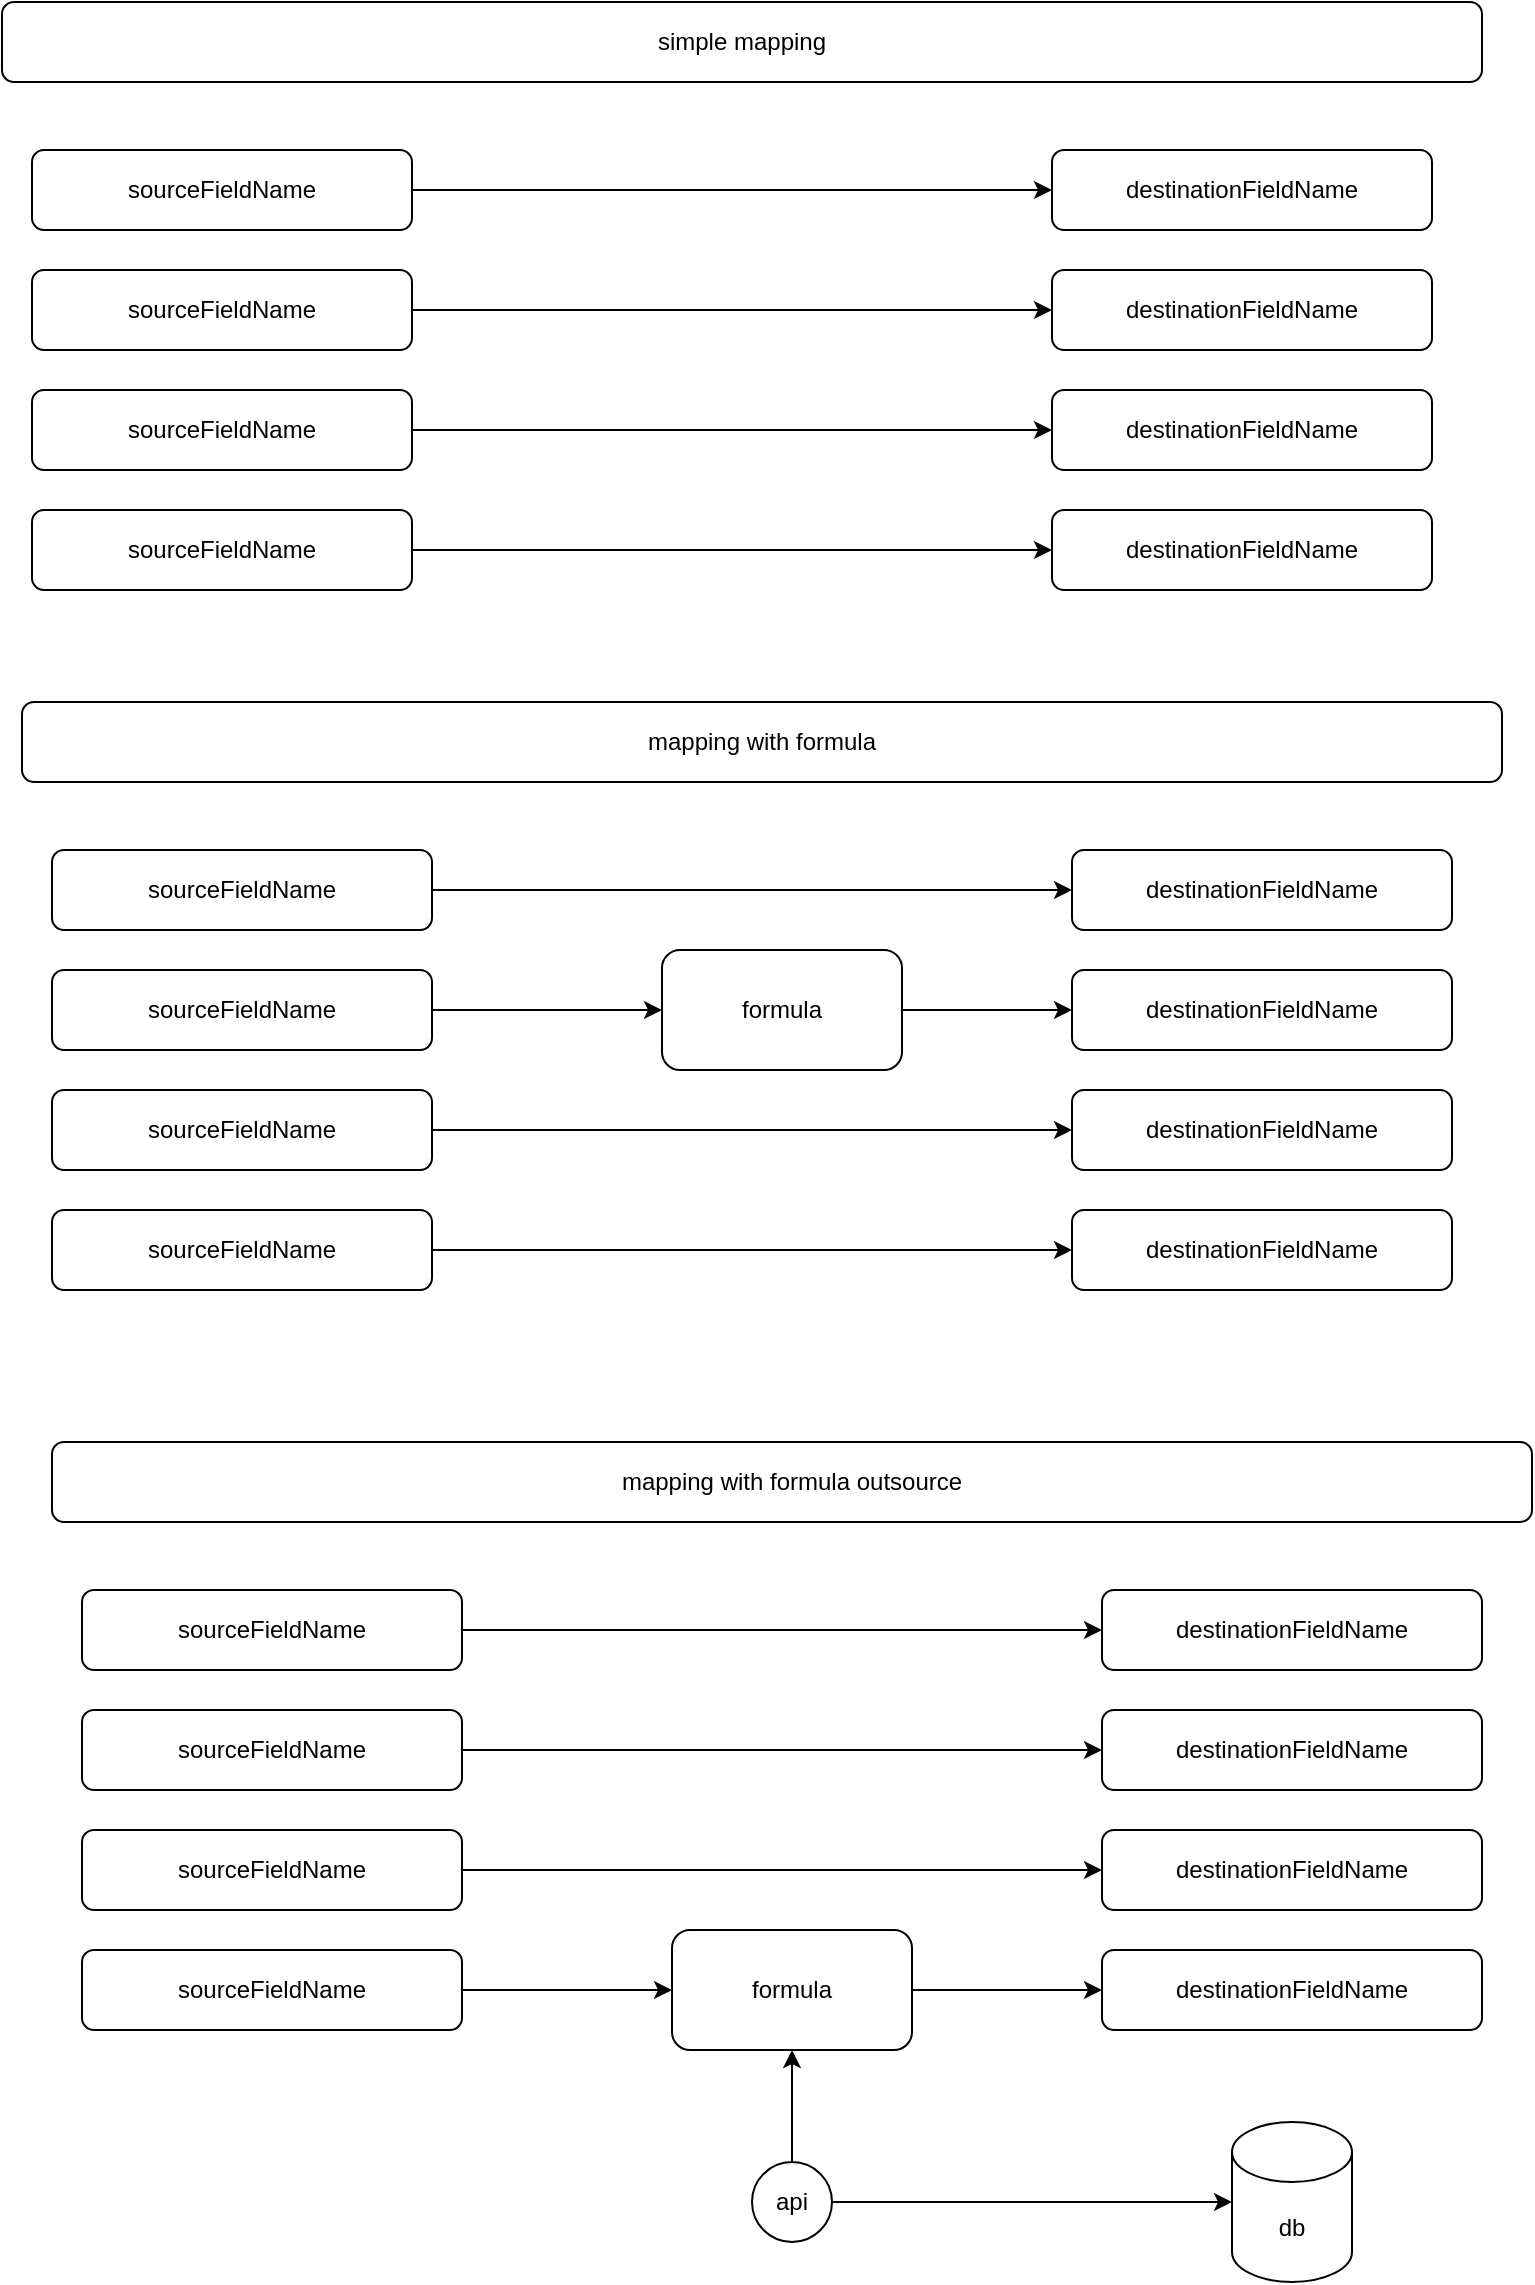
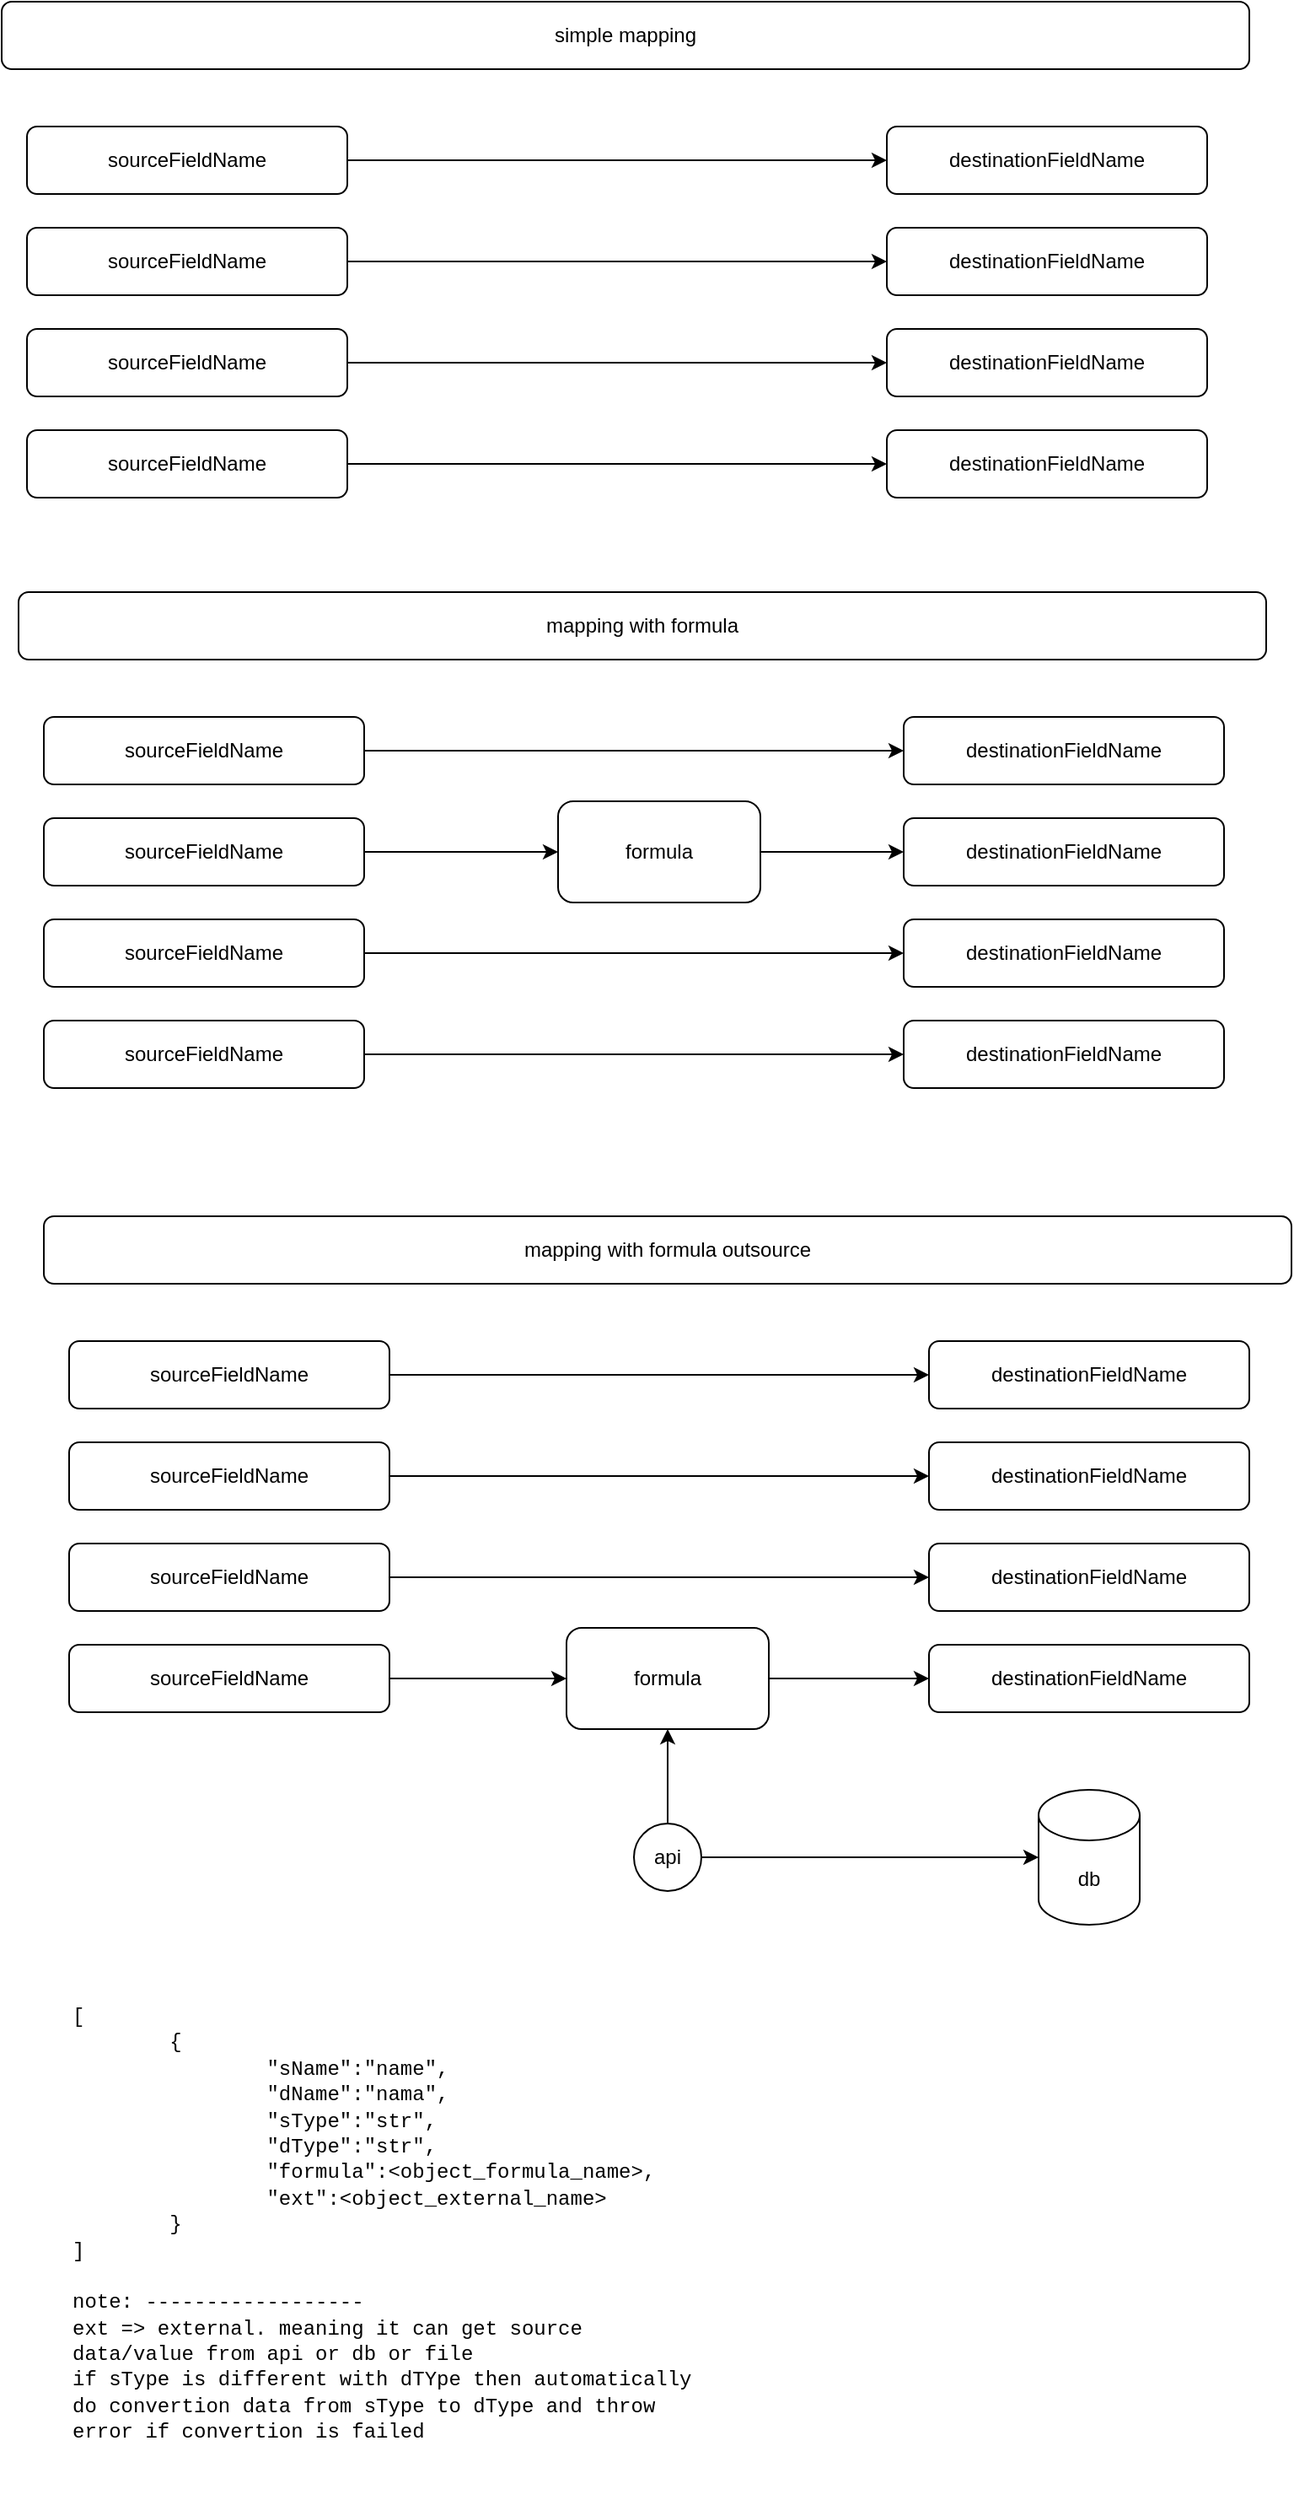
<mxfile host="app.diagrams.net">
  <diagram name="Page-1" id="w0qSyX79uqXvIxm3ApQV">
    <mxGraphModel dx="1030" dy="623" grid="1" gridSize="10" guides="1" tooltips="1" connect="1" arrows="1" fold="1" page="1" pageScale="1" pageWidth="850" pageHeight="1100" math="0" shadow="0">
      <root>
        <mxCell id="0" />
        <mxCell id="1" parent="0" />
        <mxCell id="C5vNhbu8yeIDAcz09rIj-13" parent="1" style="rounded=1;whiteSpace=wrap;html=1;" value="simple mapping" vertex="1">
          <mxGeometry height="40" width="740" x="60" y="30" as="geometry" />
        </mxCell>
        <mxCell id="C5vNhbu8yeIDAcz09rIj-9" edge="1" parent="1" source="C5vNhbu8yeIDAcz09rIj-1" style="edgeStyle=orthogonalEdgeStyle;rounded=0;orthogonalLoop=1;jettySize=auto;html=1;entryX=0;entryY=0.5;entryDx=0;entryDy=0;" target="C5vNhbu8yeIDAcz09rIj-5">
          <mxGeometry relative="1" as="geometry" />
        </mxCell>
        <mxCell id="C5vNhbu8yeIDAcz09rIj-1" parent="1" style="rounded=1;whiteSpace=wrap;html=1;" value="sourceFieldName" vertex="1">
          <mxGeometry height="40" width="190" x="75" y="104" as="geometry" />
        </mxCell>
        <mxCell id="C5vNhbu8yeIDAcz09rIj-10" edge="1" parent="1" source="C5vNhbu8yeIDAcz09rIj-2" style="edgeStyle=orthogonalEdgeStyle;rounded=0;orthogonalLoop=1;jettySize=auto;html=1;entryX=0;entryY=0.5;entryDx=0;entryDy=0;" target="C5vNhbu8yeIDAcz09rIj-6">
          <mxGeometry relative="1" as="geometry" />
        </mxCell>
        <mxCell id="C5vNhbu8yeIDAcz09rIj-2" parent="1" style="rounded=1;whiteSpace=wrap;html=1;" value="sourceFieldName" vertex="1">
          <mxGeometry height="40" width="190" x="75" y="164" as="geometry" />
        </mxCell>
        <mxCell id="C5vNhbu8yeIDAcz09rIj-11" edge="1" parent="1" source="C5vNhbu8yeIDAcz09rIj-3" style="edgeStyle=orthogonalEdgeStyle;rounded=0;orthogonalLoop=1;jettySize=auto;html=1;entryX=0;entryY=0.5;entryDx=0;entryDy=0;" target="C5vNhbu8yeIDAcz09rIj-7">
          <mxGeometry relative="1" as="geometry" />
        </mxCell>
        <mxCell id="C5vNhbu8yeIDAcz09rIj-3" parent="1" style="rounded=1;whiteSpace=wrap;html=1;" value="sourceFieldName" vertex="1">
          <mxGeometry height="40" width="190" x="75" y="224" as="geometry" />
        </mxCell>
        <mxCell id="C5vNhbu8yeIDAcz09rIj-12" edge="1" parent="1" source="C5vNhbu8yeIDAcz09rIj-4" style="edgeStyle=orthogonalEdgeStyle;rounded=0;orthogonalLoop=1;jettySize=auto;html=1;entryX=0;entryY=0.5;entryDx=0;entryDy=0;" target="C5vNhbu8yeIDAcz09rIj-8">
          <mxGeometry relative="1" as="geometry" />
        </mxCell>
        <mxCell id="C5vNhbu8yeIDAcz09rIj-4" parent="1" style="rounded=1;whiteSpace=wrap;html=1;" value="sourceFieldName" vertex="1">
          <mxGeometry height="40" width="190" x="75" y="284" as="geometry" />
        </mxCell>
        <mxCell id="C5vNhbu8yeIDAcz09rIj-5" parent="1" style="rounded=1;whiteSpace=wrap;html=1;" value="destinationFieldName" vertex="1">
          <mxGeometry height="40" width="190" x="585" y="104" as="geometry" />
        </mxCell>
        <mxCell id="C5vNhbu8yeIDAcz09rIj-6" parent="1" style="rounded=1;whiteSpace=wrap;html=1;" value="destinationFieldName" vertex="1">
          <mxGeometry height="40" width="190" x="585" y="164" as="geometry" />
        </mxCell>
        <mxCell id="C5vNhbu8yeIDAcz09rIj-7" parent="1" style="rounded=1;whiteSpace=wrap;html=1;" value="destinationFieldName" vertex="1">
          <mxGeometry height="40" width="190" x="585" y="224" as="geometry" />
        </mxCell>
        <mxCell id="C5vNhbu8yeIDAcz09rIj-8" parent="1" style="rounded=1;whiteSpace=wrap;html=1;" value="destinationFieldName" vertex="1">
          <mxGeometry height="40" width="190" x="585" y="284" as="geometry" />
        </mxCell>
        <mxCell id="C5vNhbu8yeIDAcz09rIj-14" parent="1" style="rounded=1;whiteSpace=wrap;html=1;" value="mapping with formula" vertex="1">
          <mxGeometry height="40" width="740" x="70" y="380" as="geometry" />
        </mxCell>
        <mxCell id="C5vNhbu8yeIDAcz09rIj-15" edge="1" parent="1" source="C5vNhbu8yeIDAcz09rIj-16" style="edgeStyle=orthogonalEdgeStyle;rounded=0;orthogonalLoop=1;jettySize=auto;html=1;entryX=0;entryY=0.5;entryDx=0;entryDy=0;" target="C5vNhbu8yeIDAcz09rIj-23">
          <mxGeometry relative="1" as="geometry" />
        </mxCell>
        <mxCell id="C5vNhbu8yeIDAcz09rIj-16" parent="1" style="rounded=1;whiteSpace=wrap;html=1;" value="sourceFieldName" vertex="1">
          <mxGeometry height="40" width="190" x="85" y="454" as="geometry" />
        </mxCell>
        <mxCell id="C5vNhbu8yeIDAcz09rIj-28" edge="1" parent="1" source="C5vNhbu8yeIDAcz09rIj-18" style="edgeStyle=orthogonalEdgeStyle;rounded=0;orthogonalLoop=1;jettySize=auto;html=1;entryX=0;entryY=0.5;entryDx=0;entryDy=0;" target="C5vNhbu8yeIDAcz09rIj-27">
          <mxGeometry relative="1" as="geometry" />
        </mxCell>
        <mxCell id="C5vNhbu8yeIDAcz09rIj-18" parent="1" style="rounded=1;whiteSpace=wrap;html=1;" value="sourceFieldName" vertex="1">
          <mxGeometry height="40" width="190" x="85" y="514" as="geometry" />
        </mxCell>
        <mxCell id="C5vNhbu8yeIDAcz09rIj-19" edge="1" parent="1" source="C5vNhbu8yeIDAcz09rIj-20" style="edgeStyle=orthogonalEdgeStyle;rounded=0;orthogonalLoop=1;jettySize=auto;html=1;entryX=0;entryY=0.5;entryDx=0;entryDy=0;" target="C5vNhbu8yeIDAcz09rIj-25">
          <mxGeometry relative="1" as="geometry" />
        </mxCell>
        <mxCell id="C5vNhbu8yeIDAcz09rIj-20" parent="1" style="rounded=1;whiteSpace=wrap;html=1;" value="sourceFieldName" vertex="1">
          <mxGeometry height="40" width="190" x="85" y="574" as="geometry" />
        </mxCell>
        <mxCell id="C5vNhbu8yeIDAcz09rIj-21" edge="1" parent="1" source="C5vNhbu8yeIDAcz09rIj-22" style="edgeStyle=orthogonalEdgeStyle;rounded=0;orthogonalLoop=1;jettySize=auto;html=1;entryX=0;entryY=0.5;entryDx=0;entryDy=0;" target="C5vNhbu8yeIDAcz09rIj-26">
          <mxGeometry relative="1" as="geometry" />
        </mxCell>
        <mxCell id="C5vNhbu8yeIDAcz09rIj-22" parent="1" style="rounded=1;whiteSpace=wrap;html=1;" value="sourceFieldName" vertex="1">
          <mxGeometry height="40" width="190" x="85" y="634" as="geometry" />
        </mxCell>
        <mxCell id="C5vNhbu8yeIDAcz09rIj-23" parent="1" style="rounded=1;whiteSpace=wrap;html=1;" value="destinationFieldName" vertex="1">
          <mxGeometry height="40" width="190" x="595" y="454" as="geometry" />
        </mxCell>
        <mxCell id="C5vNhbu8yeIDAcz09rIj-24" parent="1" style="rounded=1;whiteSpace=wrap;html=1;" value="destinationFieldName" vertex="1">
          <mxGeometry height="40" width="190" x="595" y="514" as="geometry" />
        </mxCell>
        <mxCell id="C5vNhbu8yeIDAcz09rIj-25" parent="1" style="rounded=1;whiteSpace=wrap;html=1;" value="destinationFieldName" vertex="1">
          <mxGeometry height="40" width="190" x="595" y="574" as="geometry" />
        </mxCell>
        <mxCell id="C5vNhbu8yeIDAcz09rIj-26" parent="1" style="rounded=1;whiteSpace=wrap;html=1;" value="destinationFieldName" vertex="1">
          <mxGeometry height="40" width="190" x="595" y="634" as="geometry" />
        </mxCell>
        <mxCell id="C5vNhbu8yeIDAcz09rIj-29" edge="1" parent="1" source="C5vNhbu8yeIDAcz09rIj-27" style="edgeStyle=orthogonalEdgeStyle;rounded=0;orthogonalLoop=1;jettySize=auto;html=1;entryX=0;entryY=0.5;entryDx=0;entryDy=0;" target="C5vNhbu8yeIDAcz09rIj-24">
          <mxGeometry relative="1" as="geometry">
            <mxPoint x="590" y="534" as="targetPoint" />
          </mxGeometry>
        </mxCell>
        <mxCell id="C5vNhbu8yeIDAcz09rIj-27" parent="1" style="rounded=1;whiteSpace=wrap;html=1;" value="formula" vertex="1">
          <mxGeometry height="60" width="120" x="390" y="504" as="geometry" />
        </mxCell>
        <mxCell id="C5vNhbu8yeIDAcz09rIj-30" parent="1" style="rounded=1;whiteSpace=wrap;html=1;" value="mapping with formula outsource" vertex="1">
          <mxGeometry height="40" width="740" x="85" y="750" as="geometry" />
        </mxCell>
        <mxCell id="C5vNhbu8yeIDAcz09rIj-31" edge="1" parent="1" source="C5vNhbu8yeIDAcz09rIj-32" style="edgeStyle=orthogonalEdgeStyle;rounded=0;orthogonalLoop=1;jettySize=auto;html=1;entryX=0;entryY=0.5;entryDx=0;entryDy=0;" target="C5vNhbu8yeIDAcz09rIj-39">
          <mxGeometry relative="1" as="geometry" />
        </mxCell>
        <mxCell id="C5vNhbu8yeIDAcz09rIj-32" parent="1" style="rounded=1;whiteSpace=wrap;html=1;" value="sourceFieldName" vertex="1">
          <mxGeometry height="40" width="190" x="100" y="824" as="geometry" />
        </mxCell>
        <mxCell id="C5vNhbu8yeIDAcz09rIj-33" edge="1" parent="1" source="C5vNhbu8yeIDAcz09rIj-34" style="edgeStyle=orthogonalEdgeStyle;rounded=0;orthogonalLoop=1;jettySize=auto;html=1;entryX=0;entryY=0.5;entryDx=0;entryDy=0;" target="C5vNhbu8yeIDAcz09rIj-40">
          <mxGeometry relative="1" as="geometry">
            <mxPoint x="405" y="904" as="targetPoint" />
          </mxGeometry>
        </mxCell>
        <mxCell id="C5vNhbu8yeIDAcz09rIj-34" parent="1" style="rounded=1;whiteSpace=wrap;html=1;" value="sourceFieldName" vertex="1">
          <mxGeometry height="40" width="190" x="100" y="884" as="geometry" />
        </mxCell>
        <mxCell id="C5vNhbu8yeIDAcz09rIj-35" edge="1" parent="1" source="C5vNhbu8yeIDAcz09rIj-36" style="edgeStyle=orthogonalEdgeStyle;rounded=0;orthogonalLoop=1;jettySize=auto;html=1;entryX=0;entryY=0.5;entryDx=0;entryDy=0;" target="C5vNhbu8yeIDAcz09rIj-41">
          <mxGeometry relative="1" as="geometry" />
        </mxCell>
        <mxCell id="C5vNhbu8yeIDAcz09rIj-36" parent="1" style="rounded=1;whiteSpace=wrap;html=1;" value="sourceFieldName" vertex="1">
          <mxGeometry height="40" width="190" x="100" y="944" as="geometry" />
        </mxCell>
        <mxCell id="C5vNhbu8yeIDAcz09rIj-47" edge="1" parent="1" source="C5vNhbu8yeIDAcz09rIj-38" style="edgeStyle=orthogonalEdgeStyle;rounded=0;orthogonalLoop=1;jettySize=auto;html=1;entryX=0;entryY=0.5;entryDx=0;entryDy=0;" target="C5vNhbu8yeIDAcz09rIj-46">
          <mxGeometry relative="1" as="geometry" />
        </mxCell>
        <mxCell id="C5vNhbu8yeIDAcz09rIj-38" parent="1" style="rounded=1;whiteSpace=wrap;html=1;" value="sourceFieldName" vertex="1">
          <mxGeometry height="40" width="190" x="100" y="1004" as="geometry" />
        </mxCell>
        <mxCell id="C5vNhbu8yeIDAcz09rIj-39" parent="1" style="rounded=1;whiteSpace=wrap;html=1;" value="destinationFieldName" vertex="1">
          <mxGeometry height="40" width="190" x="610" y="824" as="geometry" />
        </mxCell>
        <mxCell id="C5vNhbu8yeIDAcz09rIj-40" parent="1" style="rounded=1;whiteSpace=wrap;html=1;" value="destinationFieldName" vertex="1">
          <mxGeometry height="40" width="190" x="610" y="884" as="geometry" />
        </mxCell>
        <mxCell id="C5vNhbu8yeIDAcz09rIj-41" parent="1" style="rounded=1;whiteSpace=wrap;html=1;" value="destinationFieldName" vertex="1">
          <mxGeometry height="40" width="190" x="610" y="944" as="geometry" />
        </mxCell>
        <mxCell id="C5vNhbu8yeIDAcz09rIj-42" parent="1" style="rounded=1;whiteSpace=wrap;html=1;" value="destinationFieldName" vertex="1">
          <mxGeometry height="40" width="190" x="610" y="1004" as="geometry" />
        </mxCell>
        <mxCell id="C5vNhbu8yeIDAcz09rIj-45" parent="1" style="shape=cylinder3;whiteSpace=wrap;html=1;boundedLbl=1;backgroundOutline=1;size=15;" value="db" vertex="1">
          <mxGeometry height="80" width="60" x="675" y="1090" as="geometry" />
        </mxCell>
        <mxCell id="C5vNhbu8yeIDAcz09rIj-49" edge="1" parent="1" source="C5vNhbu8yeIDAcz09rIj-46" style="edgeStyle=orthogonalEdgeStyle;rounded=0;orthogonalLoop=1;jettySize=auto;html=1;entryX=0;entryY=0.5;entryDx=0;entryDy=0;" target="C5vNhbu8yeIDAcz09rIj-42">
          <mxGeometry relative="1" as="geometry" />
        </mxCell>
        <mxCell id="C5vNhbu8yeIDAcz09rIj-46" parent="1" style="rounded=1;whiteSpace=wrap;html=1;" value="formula" vertex="1">
          <mxGeometry height="60" width="120" x="395" y="994" as="geometry" />
        </mxCell>
        <mxCell id="C5vNhbu8yeIDAcz09rIj-51" edge="1" parent="1" source="C5vNhbu8yeIDAcz09rIj-50" style="edgeStyle=orthogonalEdgeStyle;rounded=0;orthogonalLoop=1;jettySize=auto;html=1;entryX=0.5;entryY=1;entryDx=0;entryDy=0;" target="C5vNhbu8yeIDAcz09rIj-46">
          <mxGeometry relative="1" as="geometry" />
        </mxCell>
        <mxCell id="C5vNhbu8yeIDAcz09rIj-50" parent="1" style="ellipse;whiteSpace=wrap;html=1;aspect=fixed;" value="api" vertex="1">
          <mxGeometry height="40" width="40" x="435" y="1110" as="geometry" />
        </mxCell>
        <mxCell id="C5vNhbu8yeIDAcz09rIj-52" edge="1" parent="1" source="C5vNhbu8yeIDAcz09rIj-50" style="edgeStyle=orthogonalEdgeStyle;rounded=0;orthogonalLoop=1;jettySize=auto;html=1;entryX=0;entryY=0.5;entryDx=0;entryDy=0;entryPerimeter=0;" target="C5vNhbu8yeIDAcz09rIj-45">
          <mxGeometry relative="1" as="geometry" />
        </mxCell>
+         <mxCell id="C5vNhbu8yeIDAcz09rIj-54" parent="1" style="rounded=0;whiteSpace=wrap;html=1;align=left;verticalAlign=top;strokeColor=none;" value="&lt;font face=&quot;Courier New&quot;&gt;[&lt;/font&gt;&lt;div&gt;&lt;font face=&quot;Courier New&quot;&gt;&lt;span style=&quot;white-space: pre;&quot;&gt;&#x9;&lt;/span&gt;{&lt;br&gt;&lt;/font&gt;&lt;/div&gt;&lt;div&gt;&lt;font face=&quot;Courier New&quot;&gt;&lt;span style=&quot;white-space: pre;&quot;&gt;&#x9;&lt;/span&gt;&lt;span style=&quot;white-space: pre;&quot;&gt;&#x9;&lt;/span&gt;&quot;sName&quot;:&quot;name&quot;,&lt;br&gt;&lt;/font&gt;&lt;/div&gt;&lt;div&gt;&lt;font face=&quot;Courier New&quot;&gt;&lt;span style=&quot;white-space: pre;&quot;&gt;&#x9;&lt;/span&gt;&lt;span style=&quot;white-space: pre;&quot;&gt;&#x9;&lt;/span&gt;&quot;dName&quot;:&quot;nama&quot;,&lt;br&gt;&lt;/font&gt;&lt;/div&gt;&lt;div&gt;&lt;font face=&quot;Courier New&quot;&gt;&lt;span style=&quot;white-space: pre;&quot;&gt;&#x9;&lt;/span&gt;&lt;span style=&quot;white-space: pre;&quot;&gt;&#x9;&lt;/span&gt;&quot;sType&quot;:&quot;str&quot;,&lt;br&gt;&lt;/font&gt;&lt;/div&gt;&lt;div&gt;&lt;font face=&quot;Courier New&quot;&gt;&lt;span style=&quot;white-space: pre;&quot;&gt;&#x9;&lt;/span&gt;&lt;span style=&quot;white-space: pre;&quot;&gt;&#x9;&lt;/span&gt;&quot;dType&quot;:&quot;str&quot;,&lt;br&gt;&lt;/font&gt;&lt;/div&gt;&lt;div&gt;&lt;font face=&quot;Courier New&quot;&gt;&lt;span style=&quot;white-space: pre;&quot;&gt;&#x9;&lt;/span&gt;&lt;span style=&quot;white-space: pre;&quot;&gt;&#x9;&lt;/span&gt;&quot;formula&quot;:&amp;lt;object_formula_name&amp;gt;,&lt;br&gt;&lt;/font&gt;&lt;/div&gt;&lt;div&gt;&lt;font face=&quot;Courier New&quot;&gt;&lt;span style=&quot;white-space: pre;&quot;&gt;&#x9;&lt;/span&gt;&lt;span style=&quot;white-space: pre;&quot;&gt;&#x9;&lt;/span&gt;&quot;ext&quot;:&amp;lt;object_external_name&amp;gt;&lt;br&gt;&lt;/font&gt;&lt;/div&gt;&lt;div&gt;&lt;font face=&quot;Courier New&quot;&gt;&lt;span style=&quot;white-space: pre;&quot;&gt;&#x9;&lt;/span&gt;}&lt;br&gt;&lt;/font&gt;&lt;/div&gt;&lt;div&gt;&lt;font face=&quot;Courier New&quot;&gt;]&lt;/font&gt;&lt;/div&gt;&lt;div&gt;&lt;font face=&quot;Courier New&quot;&gt;&lt;br&gt;&lt;/font&gt;&lt;/div&gt;&lt;div&gt;&lt;font face=&quot;Courier New&quot;&gt;note: ------------------&lt;/font&gt;&lt;/div&gt;&lt;div&gt;&lt;font face=&quot;Courier New&quot;&gt;ext =&amp;gt; external. meaning it can get source data/value from api or db or file&lt;/font&gt;&lt;/div&gt;&lt;div&gt;&lt;font face=&quot;Courier New&quot;&gt;if sType is different with dTYpe then automatically do convertion data from sType to dType and throw error if convertion is failed&lt;/font&gt;&lt;/div&gt;" vertex="1">
+           <mxGeometry height="300" width="370" x="100" y="1210" as="geometry" />
+         </mxCell>
      </root>
    </mxGraphModel>
  </diagram>
</mxfile>
